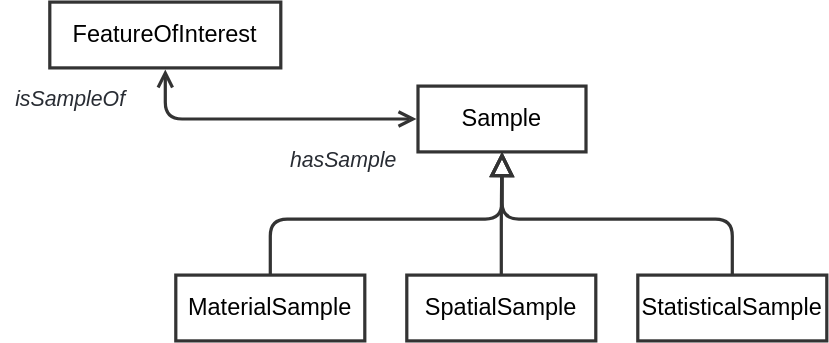
Earlier version of the draw.io export ssn/images/SampleSpecializations.svg (afeliachi/sdw-sosa-ssn). Source tidied: cells renumbered, new cells last; positions are measured from the earlier drawing's top-left corner, leaving out a move shared by most shapes. The source it was exported from:
```xml
<mxGraphModel>
  <root>
    <mxCell id="0" />
    <mxCell id="1" parent="0" />
    <mxCell id="2" value="Sample" style="html=1;overflow=block;blockSpacing=1;whiteSpace=wrap;fontSize=16.8;align=center;spacing=0;strokeColor=#333333;fillColor=none;strokeWidth=2.3;" parent="1" vertex="1">
      <mxGeometry x="298" y="60" width="120" height="47" as="geometry" />
    </mxCell>
    <mxCell id="3" value="MaterialSample" style="html=1;overflow=block;blockSpacing=1;whiteSpace=wrap;fontSize=16.8;align=center;spacing=0;strokeColor=#333333;fillColor=none;strokeWidth=2.3;" parent="1" vertex="1">
      <mxGeometry x="125" y="195" width="135" height="47" as="geometry" />
    </mxCell>
    <mxCell id="4" value="SpatialSample" style="html=1;overflow=block;blockSpacing=1;whiteSpace=wrap;fontSize=16.8;align=center;spacing=0;strokeColor=#333333;fillColor=none;strokeWidth=2.3;" parent="1" vertex="1">
      <mxGeometry x="290" y="195" width="135" height="47" as="geometry" />
    </mxCell>
    <mxCell id="5" value="StatisticalSample" style="html=1;overflow=block;blockSpacing=1;whiteSpace=wrap;fontSize=16.8;align=center;spacing=0;strokeColor=#333333;fillColor=none;strokeWidth=2.3;" parent="1" vertex="1">
      <mxGeometry x="455" y="195" width="135" height="47" as="geometry" />
    </mxCell>
    <mxCell id="6" style="html=1;jettySize=18;whiteSpace=wrap;fontSize=13;strokeColor=#333333;strokeOpacity=100;strokeWidth=2.3;rounded=1;arcSize=24;edgeStyle=orthogonalEdgeStyle;startArrow=none;endArrow=block;endFill=0;endSize=12;lucidId=pvumHeZv0fBY;" parent="1" edge="1" source="3" target="2">
      <mxGeometry relative="1" as="geometry">
        <Array as="points">
          <mxPoint x="193" y="155" />
          <mxPoint x="358" y="155" />
        </Array>
      </mxGeometry>
    </mxCell>
    <mxCell id="7" style="html=1;jettySize=18;whiteSpace=wrap;fontSize=13;strokeColor=#333333;strokeOpacity=100;strokeWidth=2.3;rounded=1;arcSize=24;edgeStyle=orthogonalEdgeStyle;startArrow=none;endArrow=block;endFill=0;endSize=12;lucidId=svumHirsFLrc;" parent="1" edge="1" source="4" target="2">
      <mxGeometry relative="1" as="geometry" />
    </mxCell>
    <mxCell id="8" style="html=1;jettySize=18;whiteSpace=wrap;fontSize=13;strokeColor=#333333;strokeOpacity=100;strokeWidth=2.3;rounded=1;arcSize=24;edgeStyle=orthogonalEdgeStyle;startArrow=none;endArrow=block;endFill=0;endSize=12;lucidId=xvum3gxE2vUA;" parent="1" edge="1" source="5" target="2">
      <mxGeometry relative="1" as="geometry">
        <Array as="points">
          <mxPoint x="523" y="155" />
          <mxPoint x="358" y="155" />
        </Array>
      </mxGeometry>
    </mxCell>
    <mxCell id="9" value="FeatureOfInterest" style="html=1;overflow=block;blockSpacing=1;whiteSpace=wrap;fontSize=16.8;align=center;spacing=0;strokeColor=#333333;strokeOpacity=100;fillColor=none;strokeWidth=2.3;" parent="1" vertex="1">
      <mxGeometry x="35" width="165" height="47" as="geometry" />
    </mxCell>
    <mxCell id="10" style="html=1;jettySize=18;whiteSpace=wrap;fontSize=13;strokeColor=#333333;strokeOpacity=100;strokeWidth=2.3;rounded=1;arcSize=24;edgeStyle=orthogonalEdgeStyle;startArrow=open;endArrow=open;exitX=-0.009;exitY=0.5;exitPerimeter=0;entryX=0.5;entryY=1.024;entryPerimeter=0;lucidId=Cwum--N7bg4t;endSize=8;startSize=8;" parent="1" edge="1" source="2" target="9">
      <mxGeometry relative="1" as="geometry" />
    </mxCell>
    <mxCell id="11" value="isSampleOf" style="html=1;overflow=block;blockSpacing=1;whiteSpace=wrap;fontSize=15.2;fontColor=#282c33;fontStyle=2;align=center;spacing=0;strokeColor=none;strokeOpacity=100;fillOpacity=100;fillColor=none;strokeWidth=2.3;lucidId=Fwumxe.vq5Mi;" parent="1" vertex="1">
      <mxGeometry y="55" width="100" height="30" as="geometry" />
    </mxCell>
    <mxCell id="12" value="hasSample" style="html=1;overflow=block;blockSpacing=1;whiteSpace=wrap;fontSize=15.2;fontColor=#282c33;fontStyle=2;align=center;spacing=0;strokeColor=none;strokeOpacity=100;fillOpacity=100;fillColor=none;strokeWidth=2.3;lucidId=PwumG_pXc0B7;" parent="1" vertex="1">
      <mxGeometry x="200" y="98" width="90" height="30" as="geometry" />
    </mxCell>
  </root>
</mxGraphModel>
```
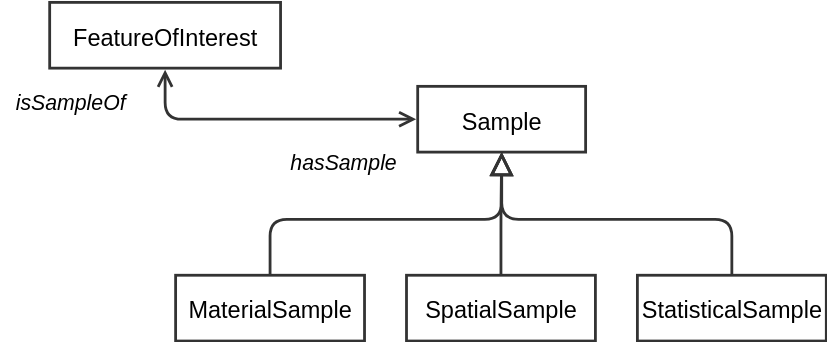
After the change.

Diff of the diagram source:
```diff
@@ -2,19 +2,19 @@
   <root>
     <mxCell id="0" />
     <mxCell id="1" parent="0" />
-    <mxCell id="2" value="Sample" style="html=1;overflow=block;blockSpacing=1;whiteSpace=wrap;fontSize=16.8;align=center;spacing=0;strokeColor=#333333;fillColor=none;strokeWidth=2.3;" parent="1" vertex="1">
+    <mxCell id="2" value="Sample" style="html=1;overflow=block;blockSpacing=1;whiteSpace=wrap;fontSize=16.8;align=center;spacing=0;strokeColor=#333333;fillColor=none;strokeWidth=2;fontColor=default;convertToSvg=1;" parent="1" vertex="1">
       <mxGeometry x="298" y="60" width="120" height="47" as="geometry" />
     </mxCell>
-    <mxCell id="3" value="MaterialSample" style="html=1;overflow=block;blockSpacing=1;whiteSpace=wrap;fontSize=16.8;align=center;spacing=0;strokeColor=#333333;fillColor=none;strokeWidth=2.3;" parent="1" vertex="1">
+    <mxCell id="3" value="MaterialSample" style="html=1;overflow=block;blockSpacing=1;whiteSpace=wrap;fontSize=16.8;align=center;spacing=0;strokeColor=#333333;fillColor=none;strokeWidth=2;fontColor=default;convertToSvg=1;" parent="1" vertex="1">
       <mxGeometry x="125" y="195" width="135" height="47" as="geometry" />
     </mxCell>
-    <mxCell id="4" value="SpatialSample" style="html=1;overflow=block;blockSpacing=1;whiteSpace=wrap;fontSize=16.8;align=center;spacing=0;strokeColor=#333333;fillColor=none;strokeWidth=2.3;" parent="1" vertex="1">
+    <mxCell id="4" value="SpatialSample" style="html=1;overflow=block;blockSpacing=1;whiteSpace=wrap;fontSize=16.8;align=center;spacing=0;strokeColor=#333333;fillColor=none;strokeWidth=2;fontColor=default;convertToSvg=1;" parent="1" vertex="1">
       <mxGeometry x="290" y="195" width="135" height="47" as="geometry" />
     </mxCell>
-    <mxCell id="5" value="StatisticalSample" style="html=1;overflow=block;blockSpacing=1;whiteSpace=wrap;fontSize=16.8;align=center;spacing=0;strokeColor=#333333;fillColor=none;strokeWidth=2.3;" parent="1" vertex="1">
+    <mxCell id="5" value="StatisticalSample" style="html=1;overflow=block;blockSpacing=1;whiteSpace=wrap;fontSize=16.8;align=center;spacing=0;strokeColor=#333333;fillColor=none;strokeWidth=2;fontColor=default;convertToSvg=1;" parent="1" vertex="1">
       <mxGeometry x="455" y="195" width="135" height="47" as="geometry" />
     </mxCell>
-    <mxCell id="6" style="html=1;jettySize=18;whiteSpace=wrap;fontSize=13;strokeColor=#333333;strokeOpacity=100;strokeWidth=2.3;rounded=1;arcSize=24;edgeStyle=orthogonalEdgeStyle;startArrow=none;endArrow=block;endFill=0;endSize=12;lucidId=pvumHeZv0fBY;" parent="1" edge="1" source="3" target="2">
+    <mxCell id="6" style="html=1;jettySize=18;whiteSpace=wrap;fontSize=13;strokeColor=#333333;strokeOpacity=100;strokeWidth=2;rounded=1;arcSize=24;edgeStyle=orthogonalEdgeStyle;startArrow=none;endArrow=block;endFill=0;endSize=12;lucidId=pvumHeZv0fBY;fontColor=default;convertToSvg=1;" parent="1" edge="1" source="3" target="2">
       <mxGeometry relative="1" as="geometry">
         <Array as="points">
           <mxPoint x="193" y="155" />
@@ -22,10 +22,10 @@
         </Array>
       </mxGeometry>
     </mxCell>
-    <mxCell id="7" style="html=1;jettySize=18;whiteSpace=wrap;fontSize=13;strokeColor=#333333;strokeOpacity=100;strokeWidth=2.3;rounded=1;arcSize=24;edgeStyle=orthogonalEdgeStyle;startArrow=none;endArrow=block;endFill=0;endSize=12;lucidId=svumHirsFLrc;" parent="1" edge="1" source="4" target="2">
+    <mxCell id="7" style="html=1;jettySize=18;whiteSpace=wrap;fontSize=13;strokeColor=#333333;strokeOpacity=100;strokeWidth=2;rounded=1;arcSize=24;edgeStyle=orthogonalEdgeStyle;startArrow=none;endArrow=block;endFill=0;endSize=12;lucidId=svumHirsFLrc;fontColor=default;convertToSvg=1;" parent="1" edge="1" source="4" target="2">
       <mxGeometry relative="1" as="geometry" />
     </mxCell>
-    <mxCell id="8" style="html=1;jettySize=18;whiteSpace=wrap;fontSize=13;strokeColor=#333333;strokeOpacity=100;strokeWidth=2.3;rounded=1;arcSize=24;edgeStyle=orthogonalEdgeStyle;startArrow=none;endArrow=block;endFill=0;endSize=12;lucidId=xvum3gxE2vUA;" parent="1" edge="1" source="5" target="2">
+    <mxCell id="8" style="html=1;jettySize=18;whiteSpace=wrap;fontSize=13;strokeColor=#333333;strokeOpacity=100;strokeWidth=2;rounded=1;arcSize=24;edgeStyle=orthogonalEdgeStyle;startArrow=none;endArrow=block;endFill=0;endSize=12;lucidId=xvum3gxE2vUA;fontColor=default;convertToSvg=1;" parent="1" edge="1" source="5" target="2">
       <mxGeometry relative="1" as="geometry">
         <Array as="points">
           <mxPoint x="523" y="155" />
@@ -33,16 +33,16 @@
         </Array>
       </mxGeometry>
     </mxCell>
-    <mxCell id="9" value="FeatureOfInterest" style="html=1;overflow=block;blockSpacing=1;whiteSpace=wrap;fontSize=16.8;align=center;spacing=0;strokeColor=#333333;strokeOpacity=100;fillColor=none;strokeWidth=2.3;" parent="1" vertex="1">
+    <mxCell id="9" value="FeatureOfInterest" style="html=1;overflow=block;blockSpacing=1;whiteSpace=wrap;fontSize=16.8;align=center;spacing=0;strokeColor=#333333;strokeOpacity=100;fillColor=none;strokeWidth=2;fontColor=default;convertToSvg=1;" parent="1" vertex="1">
       <mxGeometry x="35" width="165" height="47" as="geometry" />
     </mxCell>
-    <mxCell id="10" style="html=1;jettySize=18;whiteSpace=wrap;fontSize=13;strokeColor=#333333;strokeOpacity=100;strokeWidth=2.3;rounded=1;arcSize=24;edgeStyle=orthogonalEdgeStyle;startArrow=open;endArrow=open;exitX=-0.009;exitY=0.5;exitPerimeter=0;entryX=0.5;entryY=1.024;entryPerimeter=0;lucidId=Cwum--N7bg4t;endSize=8;startSize=8;" parent="1" edge="1" source="2" target="9">
+    <mxCell id="10" style="html=1;jettySize=18;whiteSpace=wrap;fontSize=13;strokeColor=#333333;strokeOpacity=100;strokeWidth=2;rounded=1;arcSize=24;edgeStyle=orthogonalEdgeStyle;startArrow=open;endArrow=open;exitX=-0.009;exitY=0.5;exitPerimeter=0;entryX=0.5;entryY=1.024;entryPerimeter=0;lucidId=Cwum--N7bg4t;endSize=8;startSize=8;fontColor=default;convertToSvg=1;" parent="1" edge="1" source="2" target="9">
       <mxGeometry relative="1" as="geometry" />
     </mxCell>
-    <mxCell id="11" value="isSampleOf" style="html=1;overflow=block;blockSpacing=1;whiteSpace=wrap;fontSize=15.2;fontColor=#282c33;fontStyle=2;align=center;spacing=0;strokeColor=none;strokeOpacity=100;fillOpacity=100;fillColor=none;strokeWidth=2.3;lucidId=Fwumxe.vq5Mi;" parent="1" vertex="1">
+    <mxCell id="11" value="isSampleOf" style="html=1;overflow=block;blockSpacing=1;whiteSpace=wrap;fontSize=15.2;fontColor=default;fontStyle=2;align=center;spacing=0;strokeColor=none;strokeOpacity=100;fillOpacity=100;fillColor=none;strokeWidth=2;lucidId=Fwumxe.vq5Mi;convertToSvg=1;" parent="1" vertex="1">
       <mxGeometry y="55" width="100" height="30" as="geometry" />
     </mxCell>
-    <mxCell id="12" value="hasSample" style="html=1;overflow=block;blockSpacing=1;whiteSpace=wrap;fontSize=15.2;fontColor=#282c33;fontStyle=2;align=center;spacing=0;strokeColor=none;strokeOpacity=100;fillOpacity=100;fillColor=none;strokeWidth=2.3;lucidId=PwumG_pXc0B7;" parent="1" vertex="1">
+    <mxCell id="12" value="hasSample" style="html=1;overflow=block;blockSpacing=1;whiteSpace=wrap;fontSize=15.2;fontColor=default;fontStyle=2;align=center;spacing=0;strokeColor=none;strokeOpacity=100;fillOpacity=100;fillColor=none;strokeWidth=2;lucidId=PwumG_pXc0B7;convertToSvg=1;" parent="1" vertex="1">
       <mxGeometry x="200" y="98" width="90" height="30" as="geometry" />
     </mxCell>
   </root>
```
